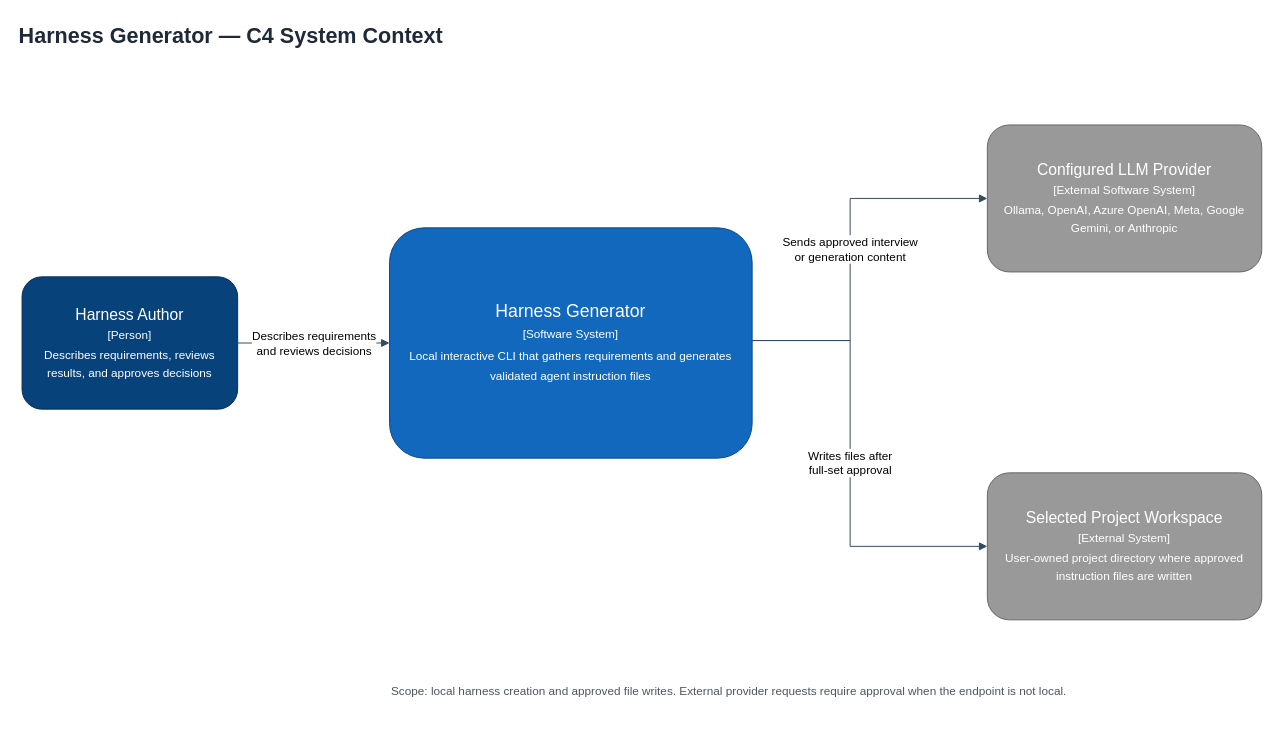
The draw.io diagram docs/diagrams/c4-context.drawio in eduardmelnychenko/harness-gen, before the edit. Source tidied: cells renumbered, new cells numbered last; positions are measured from the earlier drawing's top-left corner, leaving out a move shared by most shapes. Both pictures are drawn from the tidied source at 98%, with x=0, y=0 at pixel (17, 17).
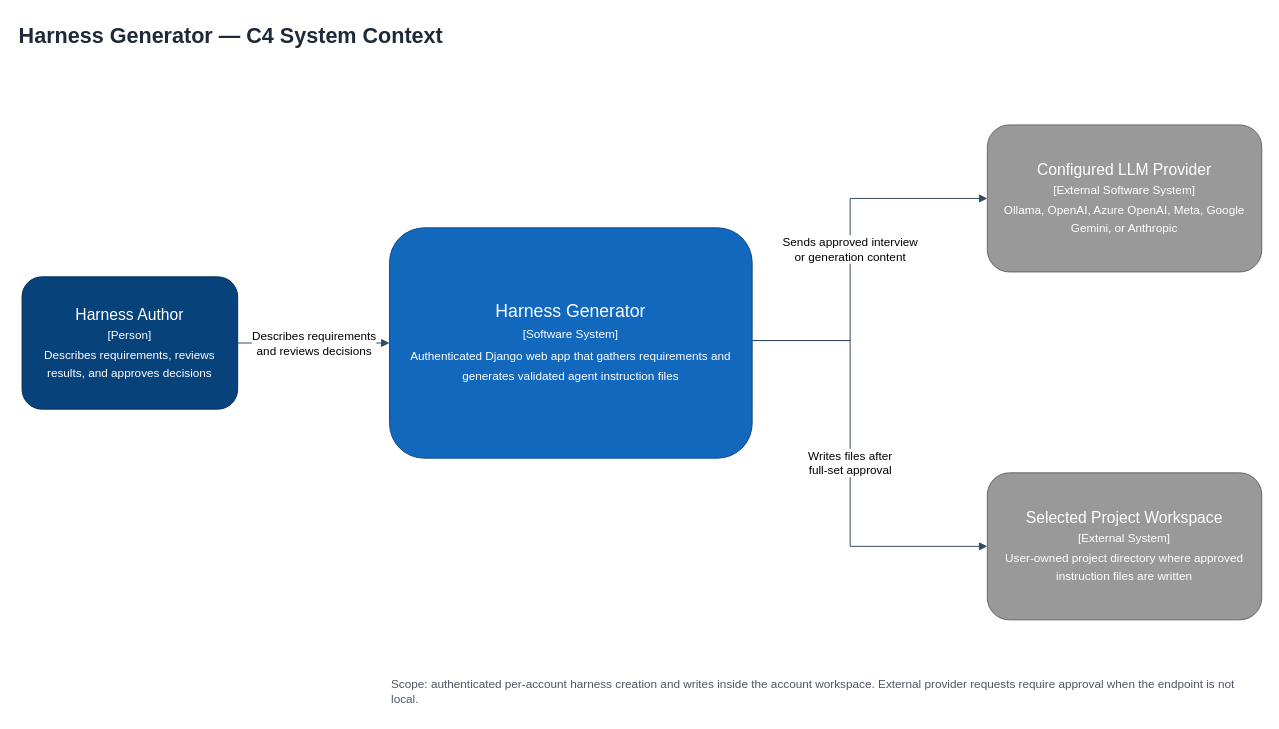
Above is the later version.

The edit, as a diff of the source:
```diff
@@
 <mxGraphModel>
   <root>
     <mxCell id="0" />
     <mxCell id="1" parent="0" />
     <mxCell id="2" value="Harness Generator — C4 System Context" style="text;html=1;align=left;verticalAlign=middle;whiteSpace=wrap;rounded=0;fontSize=22;fontStyle=1;fontColor=#1f2937;" parent="1" vertex="1">
       <mxGeometry width="900" height="40" as="geometry" />
     </mxCell>
     <mxCell id="3" value="Harness Author&lt;br&gt;&lt;font style=&quot;font-size:12px&quot;&gt;[Person]&lt;br&gt;Describes requirements, reviews results, and approves decisions&lt;/font&gt;" style="rounded=1;whiteSpace=wrap;html=1;fillColor=#08427b;fontColor=#ffffff;strokeColor=#052e56;fontSize=16;align=center;verticalAlign=middle;spacing=10;" parent="1" vertex="1">
       <mxGeometry x="5" y="265" width="220" height="135" as="geometry" />
     </mxCell>
-    <mxCell id="4" value="Harness Generator&lt;br&gt;&lt;font style=&quot;font-size:12px&quot;&gt;[Software System]&lt;br&gt;Local interactive CLI that gathers requirements and generates validated agent instruction files&lt;/font&gt;" style="rounded=1;whiteSpace=wrap;html=1;fillColor=#1168bd;fontColor=#ffffff;strokeColor=#0b4884;fontSize=18;align=center;verticalAlign=middle;spacing=12;" parent="1" vertex="1">
+    <mxCell id="4" value="Harness Generator&lt;br&gt;&lt;font style=&quot;font-size:12px&quot;&gt;[Software System]&lt;br&gt;Authenticated Django web app that gathers requirements and generates validated agent instruction files&lt;/font&gt;" style="rounded=1;whiteSpace=wrap;html=1;fillColor=#1168bd;fontColor=#ffffff;strokeColor=#0b4884;fontSize=18;align=center;verticalAlign=middle;spacing=12;" parent="1" vertex="1">
       <mxGeometry x="380" y="215" width="370" height="235" as="geometry" />
     </mxCell>
     <mxCell id="5" value="Configured LLM Provider&lt;br&gt;&lt;font style=&quot;font-size:12px&quot;&gt;[External Software System]&lt;br&gt;Ollama, OpenAI, Azure OpenAI, Meta, Google Gemini, or Anthropic&lt;/font&gt;" style="rounded=1;whiteSpace=wrap;html=1;fillColor=#999999;fontColor=#ffffff;strokeColor=#666666;fontSize=16;align=center;verticalAlign=middle;spacing=10;" parent="1" vertex="1">
       <mxGeometry x="990" y="110" width="280" height="150" as="geometry" />
     </mxCell>
     <mxCell id="6" value="Selected Project Workspace&lt;br&gt;&lt;font style=&quot;font-size:12px&quot;&gt;[External System]&lt;br&gt;User-owned project directory where approved instruction files are written&lt;/font&gt;" style="rounded=1;whiteSpace=wrap;html=1;fillColor=#999999;fontColor=#ffffff;strokeColor=#666666;fontSize=16;align=center;verticalAlign=middle;spacing=10;" parent="1" vertex="1">
       <mxGeometry x="990" y="465" width="280" height="150" as="geometry" />
     </mxCell>
     <mxCell id="7" value="Describes requirements&lt;br&gt;and reviews decisions" style="edgeStyle=orthogonalEdgeStyle;rounded=0;jettySize=auto;html=1;endArrow=block;endFill=1;strokeColor=#34495e;fontSize=12;labelBackgroundColor=#ffffff;" parent="1" edge="1" source="3" target="4">
       <mxGeometry relative="1" as="geometry" />
     </mxCell>
     <mxCell id="8" value="Sends approved interview&lt;br&gt;or generation content" style="edgeStyle=orthogonalEdgeStyle;rounded=0;jettySize=auto;html=1;endArrow=block;endFill=1;strokeColor=#34495e;fontSize=12;labelBackgroundColor=#ffffff;" parent="1" edge="1" source="4" target="5">
       <mxGeometry relative="1" as="geometry">
         <Array as="points">
           <mxPoint x="850" y="330" />
           <mxPoint x="850" y="185" />
         </Array>
       </mxGeometry>
     </mxCell>
     <mxCell id="9" value="Writes files after&lt;br&gt;full-set approval" style="edgeStyle=orthogonalEdgeStyle;rounded=0;jettySize=auto;html=1;endArrow=block;endFill=1;strokeColor=#34495e;fontSize=12;labelBackgroundColor=#ffffff;" parent="1" edge="1" source="4" target="6">
       <mxGeometry relative="1" as="geometry">
         <Array as="points">
           <mxPoint x="850" y="330" />
           <mxPoint x="850" y="540" />
         </Array>
       </mxGeometry>
     </mxCell>
-    <mxCell id="10" value="Scope: local harness creation and approved file writes. External provider requests require approval when the endpoint is not local." style="text;html=1;align=left;verticalAlign=middle;whiteSpace=wrap;rounded=0;fontSize=12;fontColor=#4b5563;" parent="1" vertex="1">
+    <mxCell id="10" value="Scope: authenticated per-account harness creation and writes inside the account workspace. External provider requests require approval when the endpoint is not local." style="text;html=1;align=left;verticalAlign=middle;whiteSpace=wrap;rounded=0;fontSize=12;fontColor=#4b5563;" parent="1" vertex="1">
       <mxGeometry x="380" y="665" width="890" height="45" as="geometry" />
     </mxCell>
   </root>
 </mxGraphModel>
```
